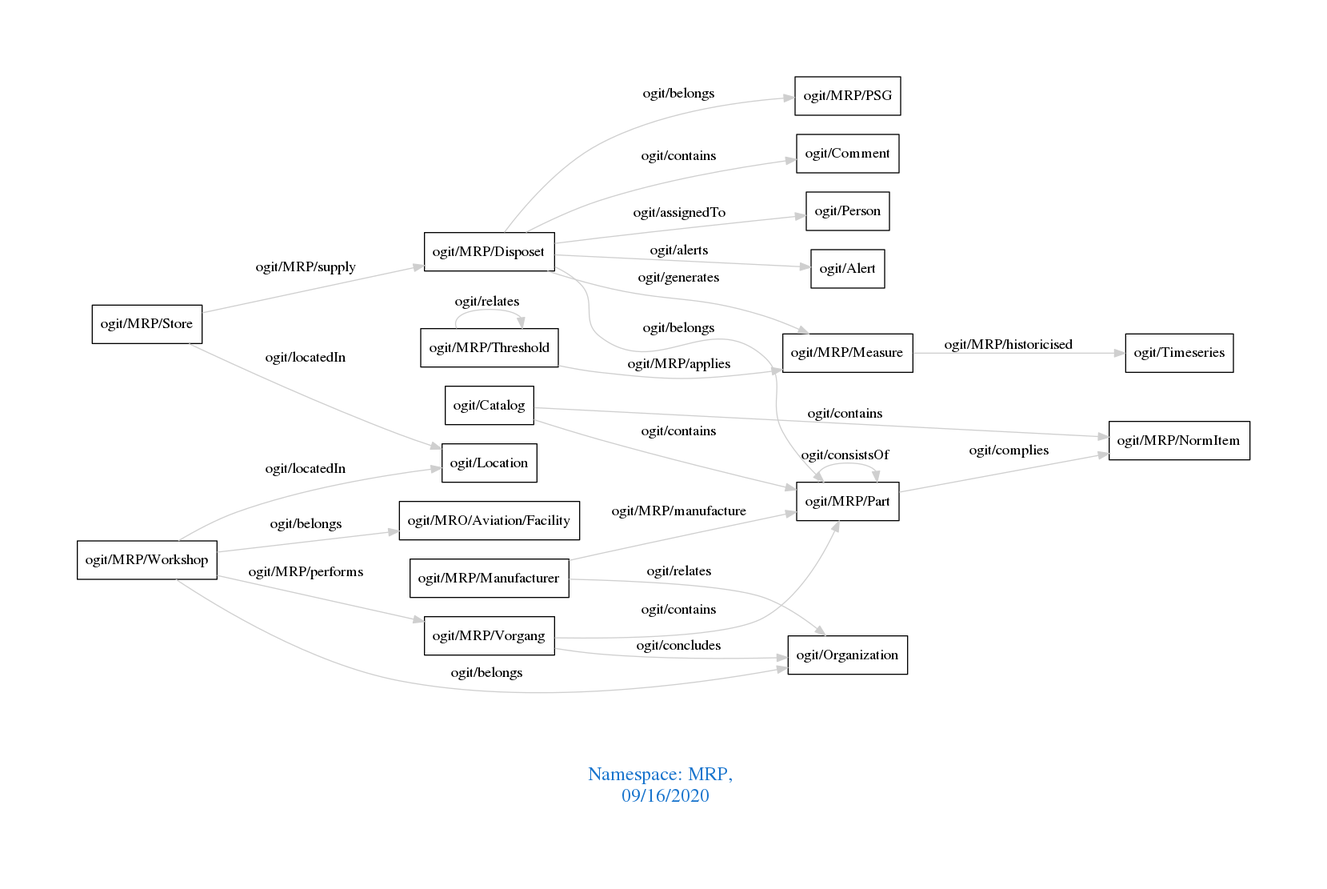
Above: downloads/MRP.png in arago/OGIT (Graphviz), before the change. Its source is kept beside it as downloads/MRP.dot.
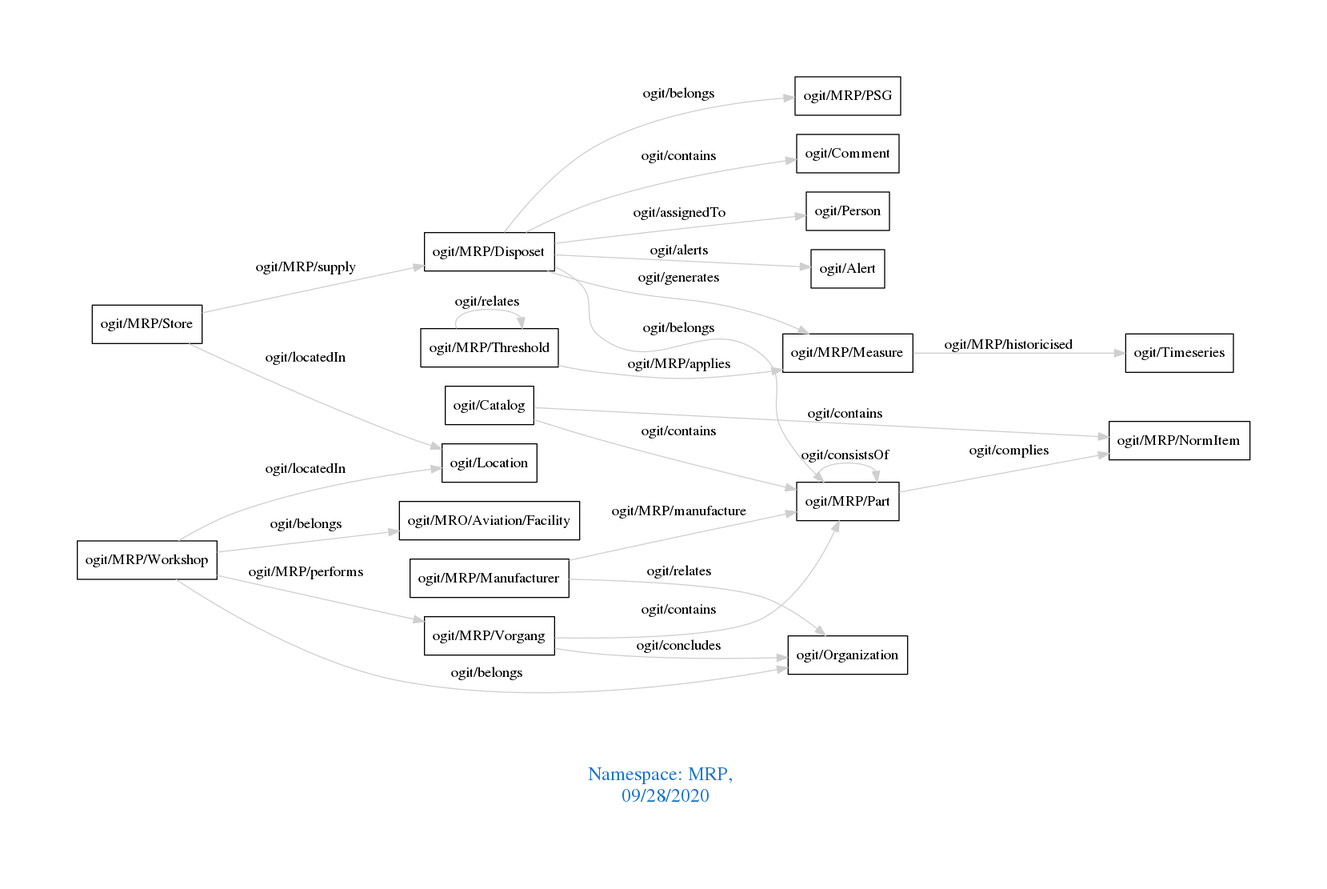
After the commit.

The edit, as a diff of the source:
```diff
@@ -1,7 +1,7 @@
 digraph OGIT_ontology {
  graph [ rankdir= LR,pad=1
 fontsize = 18,
-fontcolor= dodgerblue3,label = "\n\n\nNamespace: MRP, \n 09/16/2020"];
+fontcolor= dodgerblue3,label = "\n\n\nNamespace: MRP, \n 09/28/2020"];
 node[shape=polygon];
 edge [  color="gray81"];
 
```
